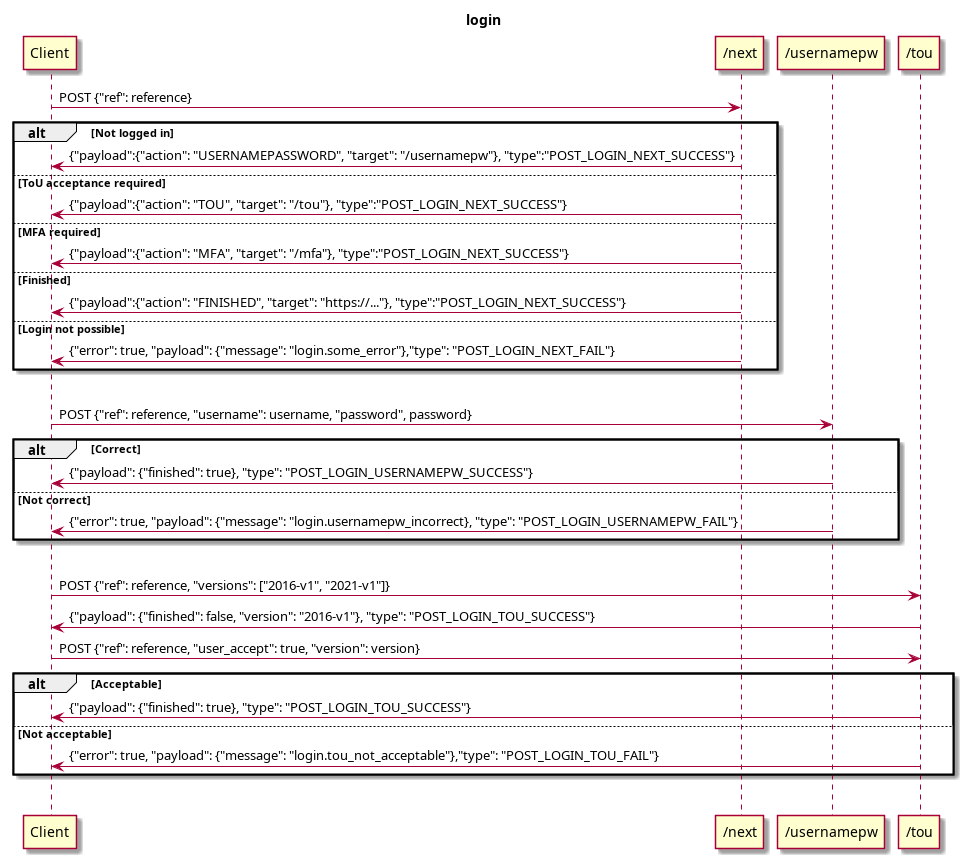
The PlantUML diagram doc/login.png in SUNET/eduid-backend, before a commit.
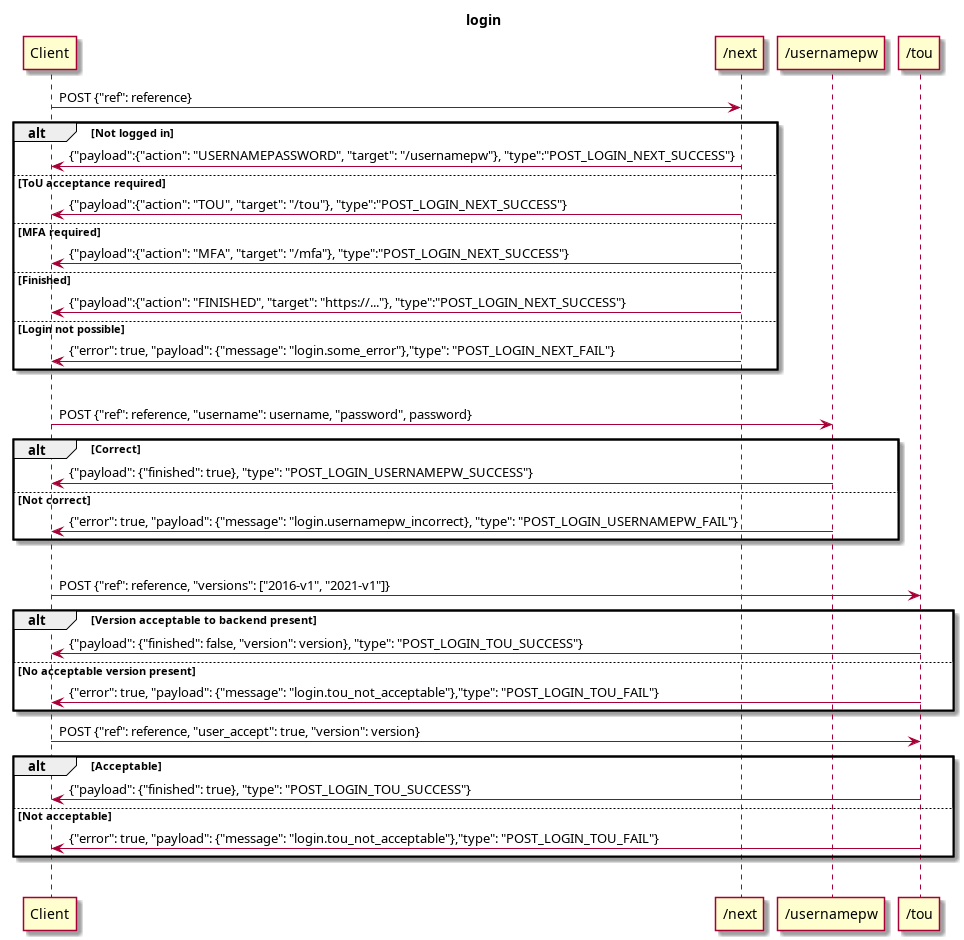
Above is the later version.

Commit message:
more tou tweaks

The edit, as a diff of the source:
```diff
@@ -24,7 +24,11 @@
 |||
 
 Client->"/tou": POST {"ref": reference, "versions": ["2016-v1", "2021-v1"]}
-"/tou"->Client: {"payload": {"finished": false, "version": "2016-v1"}, "type": "POST_LOGIN_TOU_SUCCESS"}
+alt Version acceptable to backend present
+    "/tou"->Client: {"payload": {"finished": false, "version": version}, "type": "POST_LOGIN_TOU_SUCCESS"}
+else No acceptable version present
+    "/tou"->Client: {"error": true, "payload": {"message": "login.tou_not_acceptable"},"type": "POST_LOGIN_TOU_FAIL"}
+end
 
 
 Client->"/tou": POST {"ref": reference, "user_accept": true, "version": version}
```
